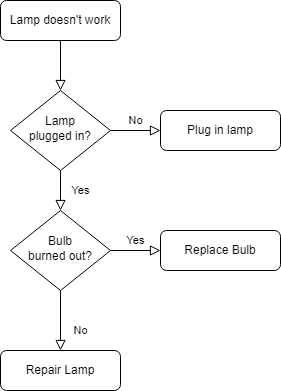
Above: SerializableYugi/diagrama.drawio.png in ivansanjose1/TFG (draw.io), before the change. Source tidied: cells renumbered, new cells last; positions are measured from the earlier drawing's top-left corner, leaving out a move shared by most shapes.
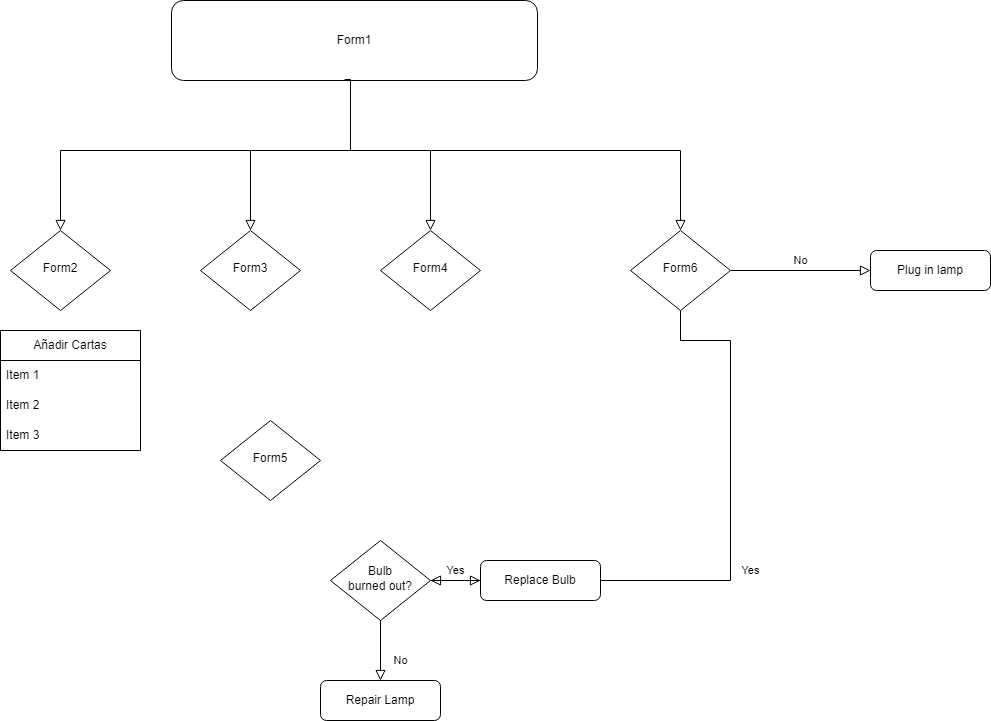
After the commit.

Change to the diagram source:
```diff
@@ -3,22 +3,34 @@
     <mxCell id="0" />
     <mxCell id="1" parent="0" />
     <mxCell id="2" style="rounded=0;html=1;jettySize=auto;fontSize=11;endArrow=block;endFill=0;endSize=8;strokeWidth=1;shadow=0;labelBackgroundColor=none;edgeStyle=orthogonalEdgeStyle;" parent="1" edge="1" source="3" target="6">
-      <mxGeometry relative="1" as="geometry" />
+      <mxGeometry relative="1" as="geometry">
+        <Array as="points">
+          <mxPoint x="250" y="80" />
+          <mxPoint x="580" y="80" />
+          <mxPoint x="580" y="200" />
+        </Array>
+      </mxGeometry>
     </mxCell>
-    <mxCell id="3" value="Lamp doesn't work" style="rounded=1;whiteSpace=wrap;html=1;fontSize=12;glass=0;strokeWidth=1;shadow=0;" parent="1" vertex="1">
-      <mxGeometry width="120" height="40" as="geometry" />
+    <mxCell id="3" value="Form1" style="rounded=1;whiteSpace=wrap;html=1;fontSize=12;glass=0;strokeWidth=1;shadow=0;" parent="1" vertex="1">
+      <mxGeometry x="71" y="-70" width="366" height="80" as="geometry" />
     </mxCell>
     <mxCell id="4" value="Yes" style="rounded=0;html=1;jettySize=auto;fontSize=11;endArrow=block;endFill=0;endSize=8;strokeWidth=1;shadow=0;labelBackgroundColor=none;edgeStyle=orthogonalEdgeStyle;" parent="1" edge="1" source="6" target="10">
-      <mxGeometry y="20" relative="1" as="geometry" />
+      <mxGeometry y="20" relative="1" as="geometry">
+        <Array as="points">
+          <mxPoint x="580" y="270" />
+          <mxPoint x="630" y="270" />
+          <mxPoint x="630" y="510" />
+        </Array>
+      </mxGeometry>
     </mxCell>
     <mxCell id="5" value="No" style="edgeStyle=orthogonalEdgeStyle;rounded=0;html=1;jettySize=auto;fontSize=11;endArrow=block;endFill=0;endSize=8;strokeWidth=1;shadow=0;labelBackgroundColor=none;" parent="1" edge="1" source="6" target="7">
       <mxGeometry y="10" relative="1" as="geometry" />
     </mxCell>
-    <mxCell id="6" value="Lamp&lt;br&gt;plugged in?" style="rhombus;whiteSpace=wrap;html=1;shadow=0;fontFamily=Helvetica;fontSize=12;align=center;strokeWidth=1;spacing=6;spacingTop=-4;" parent="1" vertex="1">
-      <mxGeometry x="10" y="90" width="100" height="80" as="geometry" />
+    <mxCell id="6" value="Form6" style="rhombus;whiteSpace=wrap;html=1;shadow=0;fontFamily=Helvetica;fontSize=12;align=center;strokeWidth=1;spacing=6;spacingTop=-4;" parent="1" vertex="1">
+      <mxGeometry x="530" y="160" width="100" height="80" as="geometry" />
     </mxCell>
     <mxCell id="7" value="Plug in lamp" style="rounded=1;whiteSpace=wrap;html=1;fontSize=12;glass=0;strokeWidth=1;shadow=0;" parent="1" vertex="1">
-      <mxGeometry x="160" y="110" width="120" height="40" as="geometry" />
+      <mxGeometry x="770" y="180" width="120" height="40" as="geometry" />
     </mxCell>
     <mxCell id="8" value="No" style="rounded=0;html=1;jettySize=auto;fontSize=11;endArrow=block;endFill=0;endSize=8;strokeWidth=1;shadow=0;labelBackgroundColor=none;edgeStyle=orthogonalEdgeStyle;" parent="1" edge="1" source="10" target="11">
       <mxGeometry x="0.33" y="20" relative="1" as="geometry" />
@@ -27,13 +39,64 @@
       <mxGeometry y="10" relative="1" as="geometry" />
     </mxCell>
     <mxCell id="10" value="Bulb&lt;br&gt;burned out?" style="rhombus;whiteSpace=wrap;html=1;shadow=0;fontFamily=Helvetica;fontSize=12;align=center;strokeWidth=1;spacing=6;spacingTop=-4;" parent="1" vertex="1">
-      <mxGeometry x="10" y="210" width="100" height="80" as="geometry" />
+      <mxGeometry x="230" y="470" width="100" height="80" as="geometry" />
     </mxCell>
     <mxCell id="11" value="Repair Lamp" style="rounded=1;whiteSpace=wrap;html=1;fontSize=12;glass=0;strokeWidth=1;shadow=0;" parent="1" vertex="1">
-      <mxGeometry y="350" width="120" height="40" as="geometry" />
+      <mxGeometry x="220" y="610" width="120" height="40" as="geometry" />
     </mxCell>
     <mxCell id="12" value="Replace Bulb" style="rounded=1;whiteSpace=wrap;html=1;fontSize=12;glass=0;strokeWidth=1;shadow=0;" parent="1" vertex="1">
-      <mxGeometry x="160" y="230" width="120" height="40" as="geometry" />
+      <mxGeometry x="380" y="490" width="120" height="40" as="geometry" />
     </mxCell>
+    <mxCell id="13" value="Form2" style="rhombus;whiteSpace=wrap;html=1;shadow=0;fontFamily=Helvetica;fontSize=12;align=center;strokeWidth=1;spacing=6;spacingTop=-4;" parent="1" vertex="1">
+      <mxGeometry x="-90" y="160" width="100" height="80" as="geometry" />
+    </mxCell>
+    <mxCell id="14" style="rounded=0;html=1;jettySize=auto;fontSize=11;endArrow=block;endFill=0;endSize=8;strokeWidth=1;shadow=0;labelBackgroundColor=none;edgeStyle=orthogonalEdgeStyle;exitX=0.473;exitY=0.988;exitDx=0;exitDy=0;exitPerimeter=0;" parent="1" edge="1" source="3" target="13">
+      <mxGeometry relative="1" as="geometry">
+        <Array as="points">
+          <mxPoint x="250" y="9" />
+          <mxPoint x="250" y="80" />
+          <mxPoint x="-40" y="80" />
+        </Array>
+      </mxGeometry>
+    </mxCell>
+    <mxCell id="15" value="Form3" style="rhombus;whiteSpace=wrap;html=1;shadow=0;fontFamily=Helvetica;fontSize=12;align=center;strokeWidth=1;spacing=6;spacingTop=-4;" parent="1" vertex="1">
+      <mxGeometry x="100" y="160" width="100" height="80" as="geometry" />
+    </mxCell>
+    <mxCell id="16" value="Form4" style="rhombus;whiteSpace=wrap;html=1;shadow=0;fontFamily=Helvetica;fontSize=12;align=center;strokeWidth=1;spacing=6;spacingTop=-4;" parent="1" vertex="1">
+      <mxGeometry x="280" y="160" width="100" height="80" as="geometry" />
+    </mxCell>
+    <mxCell id="17" style="rounded=0;html=1;jettySize=auto;fontSize=11;endArrow=block;endFill=0;endSize=8;strokeWidth=1;shadow=0;labelBackgroundColor=none;edgeStyle=orthogonalEdgeStyle;exitX=0.475;exitY=1;exitDx=0;exitDy=0;exitPerimeter=0;" parent="1" edge="1" source="3" target="15">
+      <mxGeometry relative="1" as="geometry">
+        <Array as="points">
+          <mxPoint x="250" y="10" />
+          <mxPoint x="250" y="80" />
+          <mxPoint x="150" y="80" />
+        </Array>
+      </mxGeometry>
+    </mxCell>
+    <mxCell id="18" style="rounded=0;html=1;jettySize=auto;fontSize=11;endArrow=block;endFill=0;endSize=8;strokeWidth=1;shadow=0;labelBackgroundColor=none;edgeStyle=orthogonalEdgeStyle;exitX=0.5;exitY=1;exitDx=0;exitDy=0;entryX=0.5;entryY=0;entryDx=0;entryDy=0;" parent="1" edge="1" source="3" target="16">
+      <mxGeometry relative="1" as="geometry">
+        <Array as="points">
+          <mxPoint x="250" y="10" />
+          <mxPoint x="250" y="80" />
+          <mxPoint x="330" y="80" />
+        </Array>
+      </mxGeometry>
+    </mxCell>
+    <mxCell id="19" value="Form5" style="rhombus;whiteSpace=wrap;html=1;shadow=0;fontFamily=Helvetica;fontSize=12;align=center;strokeWidth=1;spacing=6;spacingTop=-4;" parent="1" vertex="1">
+      <mxGeometry x="120" y="350" width="100" height="80" as="geometry" />
+    </mxCell>
+    <mxCell id="20" value="Añadir Cartas" style="swimlane;fontStyle=0;horizontal=1;startSize=30;whiteSpace=wrap;html=1;" parent="1" vertex="1">
+      <mxGeometry x="-100" y="260" width="140" height="120" as="geometry" />
+    </mxCell>
+    <mxCell id="21" value="Item 1" style="text;strokeColor=none;fillColor=none;align=left;verticalAlign=middle;spacingLeft=4;spacingRight=4;overflow=hidden;whiteSpace=wrap;html=1;" parent="20" vertex="1">
+      <mxGeometry y="30" width="140" height="30" as="geometry" />
+    </mxCell>
+    <mxCell id="22" value="Item 2" style="text;strokeColor=none;fillColor=none;align=left;verticalAlign=middle;spacingLeft=4;spacingRight=4;overflow=hidden;whiteSpace=wrap;html=1;" parent="20" vertex="1">
+      <mxGeometry y="60" width="140" height="30" as="geometry" />
+    </mxCell>
+    <mxCell id="23" value="Item 3" style="text;strokeColor=none;fillColor=none;align=left;verticalAlign=middle;spacingLeft=4;spacingRight=4;overflow=hidden;whiteSpace=wrap;html=1;" parent="20" vertex="1">
+      <mxGeometry y="90" width="140" height="30" as="geometry" />
+    </mxCell>
   </root>
 </mxGraphModel>
```
